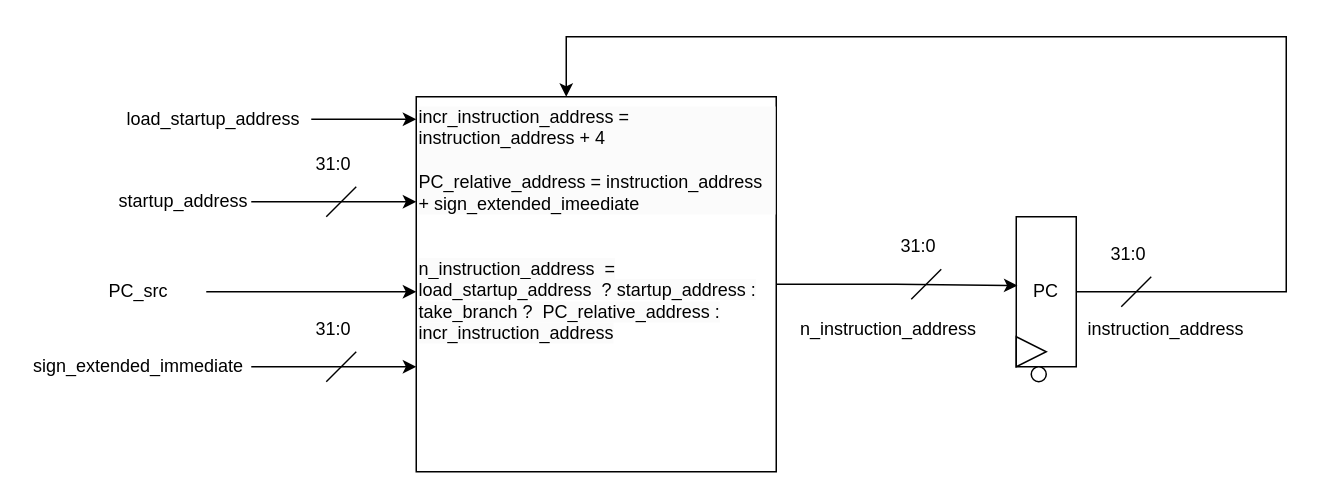
The draw.io diagram page "PC" (2 of 9) of docs/rtl.drawio in hassan-alawi/RISC-V, before the edit. Source tidied: cells renumbered, new cells numbered last; positions are measured from the earlier drawing's top-left corner, leaving out a move shared by most shapes. Both pictures are drawn from the tidied source at 150%, with x=0, y=0 at pixel (26, 36).
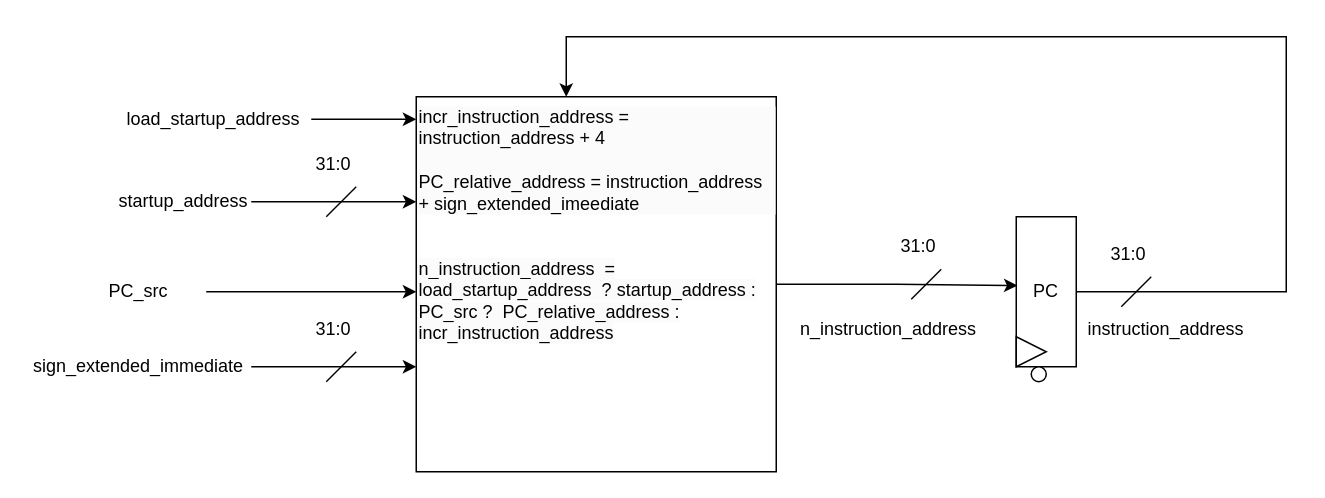
Above is the later version.

What changed in the source:
```diff
@@
-    <mxCell id="21" value="&lt;div style=&quot;forced-color-adjust: none; color: rgb(0, 0, 0); font-family: Helvetica; font-size: 12px; font-style: normal; font-variant-ligatures: normal; font-variant-caps: normal; font-weight: 400; letter-spacing: normal; orphans: 2; text-indent: 0px; text-transform: none; widows: 2; word-spacing: 0px; -webkit-text-stroke-width: 0px; white-space: normal; background-color: rgb(251, 251, 251); text-decoration-thickness: initial; text-decoration-style: initial; text-decoration-color: initial;&quot;&gt;incr_instruction_address = instruction_address + 4&lt;/div&gt;&lt;div style=&quot;forced-color-adjust: none; color: rgb(0, 0, 0); font-family: Helvetica; font-size: 12px; font-style: normal; font-variant-ligatures: normal; font-variant-caps: normal; font-weight: 400; letter-spacing: normal; orphans: 2; text-indent: 0px; text-transform: none; widows: 2; word-spacing: 0px; -webkit-text-stroke-width: 0px; white-space: normal; background-color: rgb(251, 251, 251); text-decoration-thickness: initial; text-decoration-style: initial; text-decoration-color: initial;&quot;&gt;&lt;br&gt;&lt;/div&gt;&lt;div style=&quot;forced-color-adjust: none; color: rgb(0, 0, 0); font-family: Helvetica; font-size: 12px; font-style: normal; font-variant-ligatures: normal; font-variant-caps: normal; font-weight: 400; letter-spacing: normal; orphans: 2; text-indent: 0px; text-transform: none; widows: 2; word-spacing: 0px; -webkit-text-stroke-width: 0px; white-space: normal; background-color: rgb(251, 251, 251); text-decoration-thickness: initial; text-decoration-style: initial; text-decoration-color: initial;&quot;&gt;PC_relative_address =&amp;nbsp;&lt;span style=&quot;background-color: initial;&quot;&gt;instruction_address + sign_extended_imeediate&lt;/span&gt;&lt;/div&gt;&lt;span style=&quot;color: rgb(0, 0, 0); font-family: Helvetica; font-size: 12px; font-style: normal; font-variant-ligatures: normal; font-variant-caps: normal; font-weight: 400; letter-spacing: normal; orphans: 2; text-indent: 0px; text-transform: none; widows: 2; word-spacing: 0px; -webkit-text-stroke-width: 0px; white-space: normal; background-color: rgb(251, 251, 251); text-decoration-thickness: initial; text-decoration-style: initial; text-decoration-color: initial; float: none; display: inline !important;&quot;&gt;&lt;div&gt;&lt;span style=&quot;color: rgb(0, 0, 0); font-family: Helvetica; font-size: 12px; font-style: normal; font-variant-ligatures: normal; font-variant-caps: normal; font-weight: 400; letter-spacing: normal; orphans: 2; text-indent: 0px; text-transform: none; widows: 2; word-spacing: 0px; -webkit-text-stroke-width: 0px; white-space: normal; background-color: rgb(251, 251, 251); text-decoration-thickness: initial; text-decoration-style: initial; text-decoration-color: initial; float: none; display: inline !important;&quot;&gt;&lt;br&gt;&lt;/span&gt;&lt;/div&gt;&lt;div&gt;&lt;span style=&quot;color: rgb(0, 0, 0); font-family: Helvetica; font-size: 12px; font-style: normal; font-variant-ligatures: normal; font-variant-caps: normal; font-weight: 400; letter-spacing: normal; orphans: 2; text-indent: 0px; text-transform: none; widows: 2; word-spacing: 0px; -webkit-text-stroke-width: 0px; white-space: normal; background-color: rgb(251, 251, 251); text-decoration-thickness: initial; text-decoration-style: initial; text-decoration-color: initial; float: none; display: inline !important;&quot;&gt;&lt;br&gt;&lt;/span&gt;&lt;/div&gt;n_instruction_address&amp;nbsp; = load_startup_address&amp;nbsp; ? startup_address : take_branch ?&amp;nbsp; PC_relative_address : incr_instruction_address&lt;/span&gt;&lt;div&gt;&lt;br&gt;&lt;/div&gt;" style="rounded=0;whiteSpace=wrap;html=1;align=left;verticalAlign=top;fontFamily=Helvetica;fontSize=12;fontColor=default;fillColor=default;gradientColor=none;" parent="1" vertex="1">
+    <mxCell id="21" value="&lt;div style=&quot;forced-color-adjust: none; color: rgb(0, 0, 0); font-family: Helvetica; font-size: 12px; font-style: normal; font-variant-ligatures: normal; font-variant-caps: normal; font-weight: 400; letter-spacing: normal; orphans: 2; text-indent: 0px; text-transform: none; widows: 2; word-spacing: 0px; -webkit-text-stroke-width: 0px; white-space: normal; background-color: rgb(251, 251, 251); text-decoration-thickness: initial; text-decoration-style: initial; text-decoration-color: initial;&quot;&gt;incr_instruction_address = instruction_address + 4&lt;/div&gt;&lt;div style=&quot;forced-color-adjust: none; color: rgb(0, 0, 0); font-family: Helvetica; font-size: 12px; font-style: normal; font-variant-ligatures: normal; font-variant-caps: normal; font-weight: 400; letter-spacing: normal; orphans: 2; text-indent: 0px; text-transform: none; widows: 2; word-spacing: 0px; -webkit-text-stroke-width: 0px; white-space: normal; background-color: rgb(251, 251, 251); text-decoration-thickness: initial; text-decoration-style: initial; text-decoration-color: initial;&quot;&gt;&lt;br&gt;&lt;/div&gt;&lt;div style=&quot;forced-color-adjust: none; color: rgb(0, 0, 0); font-family: Helvetica; font-size: 12px; font-style: normal; font-variant-ligatures: normal; font-variant-caps: normal; font-weight: 400; letter-spacing: normal; orphans: 2; text-indent: 0px; text-transform: none; widows: 2; word-spacing: 0px; -webkit-text-stroke-width: 0px; white-space: normal; background-color: rgb(251, 251, 251); text-decoration-thickness: initial; text-decoration-style: initial; text-decoration-color: initial;&quot;&gt;PC_relative_address =&amp;nbsp;&lt;span style=&quot;background-color: initial;&quot;&gt;instruction_address + sign_extended_imeediate&lt;/span&gt;&lt;/div&gt;&lt;span style=&quot;color: rgb(0, 0, 0); font-family: Helvetica; font-size: 12px; font-style: normal; font-variant-ligatures: normal; font-variant-caps: normal; font-weight: 400; letter-spacing: normal; orphans: 2; text-indent: 0px; text-transform: none; widows: 2; word-spacing: 0px; -webkit-text-stroke-width: 0px; white-space: normal; background-color: rgb(251, 251, 251); text-decoration-thickness: initial; text-decoration-style: initial; text-decoration-color: initial; float: none; display: inline !important;&quot;&gt;&lt;div&gt;&lt;span style=&quot;color: rgb(0, 0, 0); font-family: Helvetica; font-size: 12px; font-style: normal; font-variant-ligatures: normal; font-variant-caps: normal; font-weight: 400; letter-spacing: normal; orphans: 2; text-indent: 0px; text-transform: none; widows: 2; word-spacing: 0px; -webkit-text-stroke-width: 0px; white-space: normal; background-color: rgb(251, 251, 251); text-decoration-thickness: initial; text-decoration-style: initial; text-decoration-color: initial; float: none; display: inline !important;&quot;&gt;&lt;br&gt;&lt;/span&gt;&lt;/div&gt;&lt;div&gt;&lt;span style=&quot;color: rgb(0, 0, 0); font-family: Helvetica; font-size: 12px; font-style: normal; font-variant-ligatures: normal; font-variant-caps: normal; font-weight: 400; letter-spacing: normal; orphans: 2; text-indent: 0px; text-transform: none; widows: 2; word-spacing: 0px; -webkit-text-stroke-width: 0px; white-space: normal; background-color: rgb(251, 251, 251); text-decoration-thickness: initial; text-decoration-style: initial; text-decoration-color: initial; float: none; display: inline !important;&quot;&gt;&lt;br&gt;&lt;/span&gt;&lt;/div&gt;n_instruction_address&amp;nbsp; = load_startup_address&amp;nbsp; ? startup_address : PC_src ?&amp;nbsp; PC_relative_address : incr_instruction_address&lt;/span&gt;&lt;div&gt;&lt;br&gt;&lt;/div&gt;" style="rounded=0;whiteSpace=wrap;html=1;align=left;verticalAlign=top;fontFamily=Helvetica;fontSize=12;fontColor=default;fillColor=default;gradientColor=none;" parent="1" vertex="1">
       <mxGeometry x="260" y="40" width="240" height="250" as="geometry" />
     </mxCell>
```
